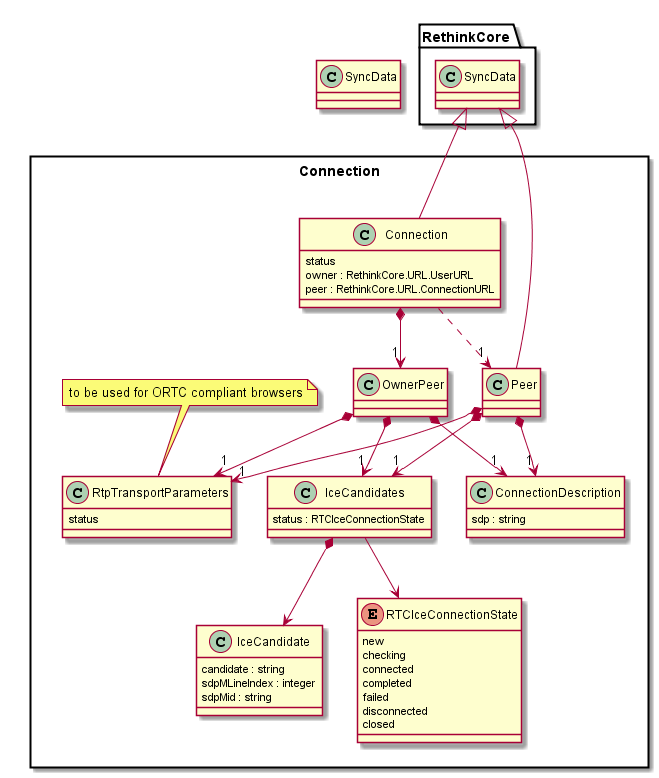
reTHINK-project/dev-service-framework keeps this PlantUML diagram as docs/datamodel/Connection-Data-Object-Model.png. Above is the earlier version.
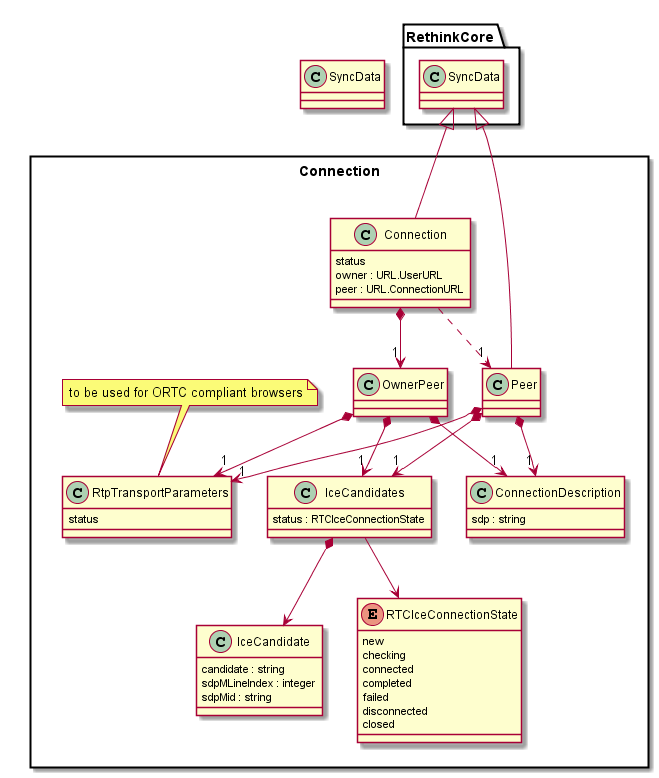
Above is the later version.

Diff of the diagram source:
```diff
@@ -7,8 +7,8 @@
 
 	class Connection {
 		status
-		owner : RethinkCore.URL.UserURL
-		peer : RethinkCore.URL.ConnectionURL
+		owner : URL.UserURL
+		peer : URL.ConnectionURL
 	}
 
   class OwnerPeer {
```
